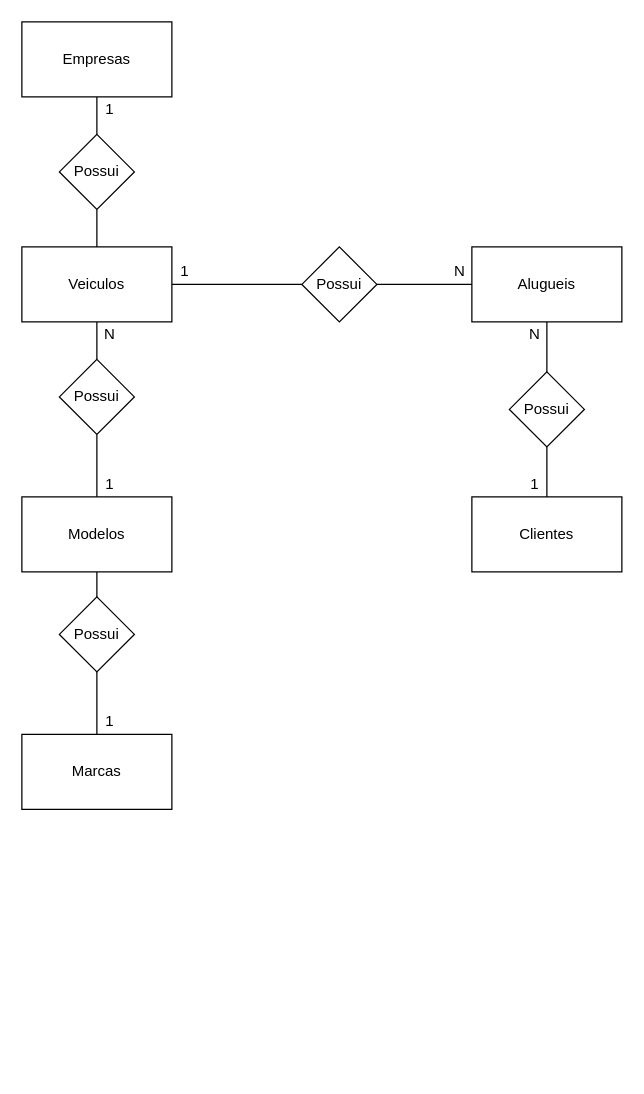
This is page "conceitual" (1 of 2) of 1.2-exercicio-locadora/1.2-exercicio-locadora.drawio from oliveira-joao/senai_sprint_1bd, a draw.io file, before an edit. Source tidied: cells renumbered, new cells numbered last; positions are measured from the earlier drawing's top-left corner, leaving out a move shared by most shapes. Both pictures are drawn from the tidied source at 125%, with x=0, y=0 at pixel (21, 21).
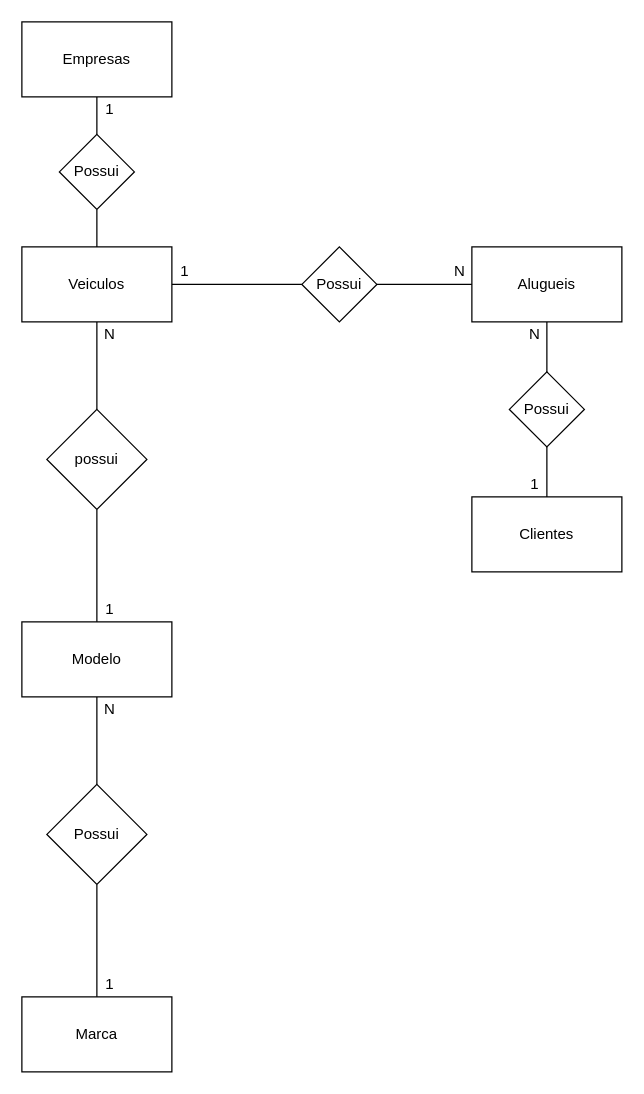
The same page after the edit.

The change refers to these unchanged cells:
```xml
<mxCell id="4" value="Veiculos" style="rounded=0;whiteSpace=wrap;html=1;" parent="1" vertex="1">
  <mxGeometry y="180" width="120" height="60" as="geometry" />
</mxCell>
```

Change to the diagram source:
```diff
@@
+    <mxCell id="31" style="edgeStyle=elbowEdgeStyle;rounded=0;jettySize=auto;html=1;endArrow=none;endFill=0;" parent="1" edge="1" source="4" target="33">
+      <mxGeometry relative="1" as="geometry" />
+    </mxCell>
@@
-    <mxCell id="9" style="edgeStyle=orthogonalEdgeStyle;rounded=0;jettySize=auto;html=1;entryX=0.5;entryY=1;entryDx=0;entryDy=0;startArrow=none;startFill=0;endArrow=none;endFill=0;" parent="1" edge="1" source="11" target="4">
-      <mxGeometry relative="1" as="geometry" />
-    </mxCell>
-    <mxCell id="10" style="edgeStyle=orthogonalEdgeStyle;rounded=0;jettySize=auto;html=1;endArrow=none;endFill=0;" parent="1" edge="1" source="11" target="13">
-      <mxGeometry relative="1" as="geometry" />
-    </mxCell>
-    <mxCell id="11" value="Possui" style="rhombus;whiteSpace=wrap;html=1;" parent="1" vertex="1">
-      <mxGeometry x="30" y="270" width="60" height="60" as="geometry" />
-    </mxCell>
-    <mxCell id="12" style="edgeStyle=orthogonalEdgeStyle;rounded=0;jettySize=auto;html=1;entryX=0.5;entryY=0;entryDx=0;entryDy=0;startArrow=none;startFill=0;endArrow=none;endFill=0;" parent="1" edge="1" source="13" target="20">
-      <mxGeometry relative="1" as="geometry" />
-    </mxCell>
-    <mxCell id="13" value="Modelos" style="rounded=0;whiteSpace=wrap;html=1;" parent="1" vertex="1">
-      <mxGeometry y="380" width="120" height="60" as="geometry" />
-    </mxCell>
@@
-    <mxCell id="20" value="Possui" style="rhombus;whiteSpace=wrap;html=1;" parent="1" vertex="1">
-      <mxGeometry x="30" y="460" width="60" height="60" as="geometry" />
-    </mxCell>
-    <mxCell id="21" style="edgeStyle=orthogonalEdgeStyle;rounded=0;jettySize=auto;html=1;entryX=0.5;entryY=1;entryDx=0;entryDy=0;startArrow=none;startFill=0;endArrow=none;endFill=0;" parent="1" edge="1" source="22" target="20">
-      <mxGeometry relative="1" as="geometry" />
-    </mxCell>
-    <mxCell id="22" value="Marcas" style="rounded=0;whiteSpace=wrap;html=1;" parent="1" vertex="1">
-      <mxGeometry y="570" width="120" height="60" as="geometry" />
-    </mxCell>
@@
-    <mxCell id="24" value="N" style="text;html=1;align=center;verticalAlign=middle;" parent="1" vertex="1">
-      <mxGeometry x="60" y="240" width="20" height="20" as="geometry" />
-    </mxCell>
@@
-    <mxCell id="27" value="1" style="text;html=1;align=center;verticalAlign=middle;" parent="1" vertex="1">
-      <mxGeometry x="60" y="360" width="20" height="20" as="geometry" />
-    </mxCell>
-    <mxCell id="28" value="1" style="text;html=1;align=center;verticalAlign=middle;" parent="1" vertex="1">
-      <mxGeometry x="60" y="550" width="20" height="20" as="geometry" />
-    </mxCell>
@@
+    <mxCell id="32" style="edgeStyle=elbowEdgeStyle;rounded=0;jettySize=auto;html=1;endArrow=none;endFill=0;" parent="1" edge="1" source="33" target="35">
+      <mxGeometry relative="1" as="geometry" />
+    </mxCell>
+    <mxCell id="33" value="possui" style="rhombus;whiteSpace=wrap;html=1;rounded=0;" parent="1" vertex="1">
+      <mxGeometry x="20" y="310" width="80" height="80" as="geometry" />
+    </mxCell>
+    <mxCell id="34" style="edgeStyle=elbowEdgeStyle;rounded=0;jettySize=auto;html=1;endArrow=none;endFill=0;" parent="1" edge="1" source="35" target="37">
+      <mxGeometry relative="1" as="geometry" />
+    </mxCell>
+    <mxCell id="35" value="Modelo" style="whiteSpace=wrap;html=1;rounded=0;" parent="1" vertex="1">
+      <mxGeometry y="480" width="120" height="60" as="geometry" />
+    </mxCell>
+    <mxCell id="36" style="edgeStyle=elbowEdgeStyle;rounded=0;jettySize=auto;html=1;endArrow=none;endFill=0;" parent="1" edge="1" source="37" target="38">
+      <mxGeometry relative="1" as="geometry" />
+    </mxCell>
+    <mxCell id="37" value="Possui" style="rhombus;whiteSpace=wrap;html=1;rounded=0;" parent="1" vertex="1">
+      <mxGeometry x="20" y="610" width="80" height="80" as="geometry" />
+    </mxCell>
+    <mxCell id="38" value="Marca" style="whiteSpace=wrap;html=1;rounded=0;" parent="1" vertex="1">
+      <mxGeometry y="780" width="120" height="60" as="geometry" />
+    </mxCell>
+    <mxCell id="39" value="1" style="text;html=1;align=center;verticalAlign=middle;" parent="1" vertex="1">
+      <mxGeometry x="60" y="460" width="20" height="20" as="geometry" />
+    </mxCell>
+    <mxCell id="40" value="N" style="text;html=1;align=center;verticalAlign=middle;" parent="1" vertex="1">
+      <mxGeometry x="60" y="540" width="20" height="20" as="geometry" />
+    </mxCell>
+    <mxCell id="41" value="1" style="text;html=1;align=center;verticalAlign=middle;" parent="1" vertex="1">
+      <mxGeometry x="60" y="760" width="20" height="20" as="geometry" />
+    </mxCell>
+    <mxCell id="24" value="N" style="text;html=1;align=center;verticalAlign=middle;" parent="1" vertex="1">
+      <mxGeometry x="60" y="240" width="20" height="20" as="geometry" />
+    </mxCell>
```
